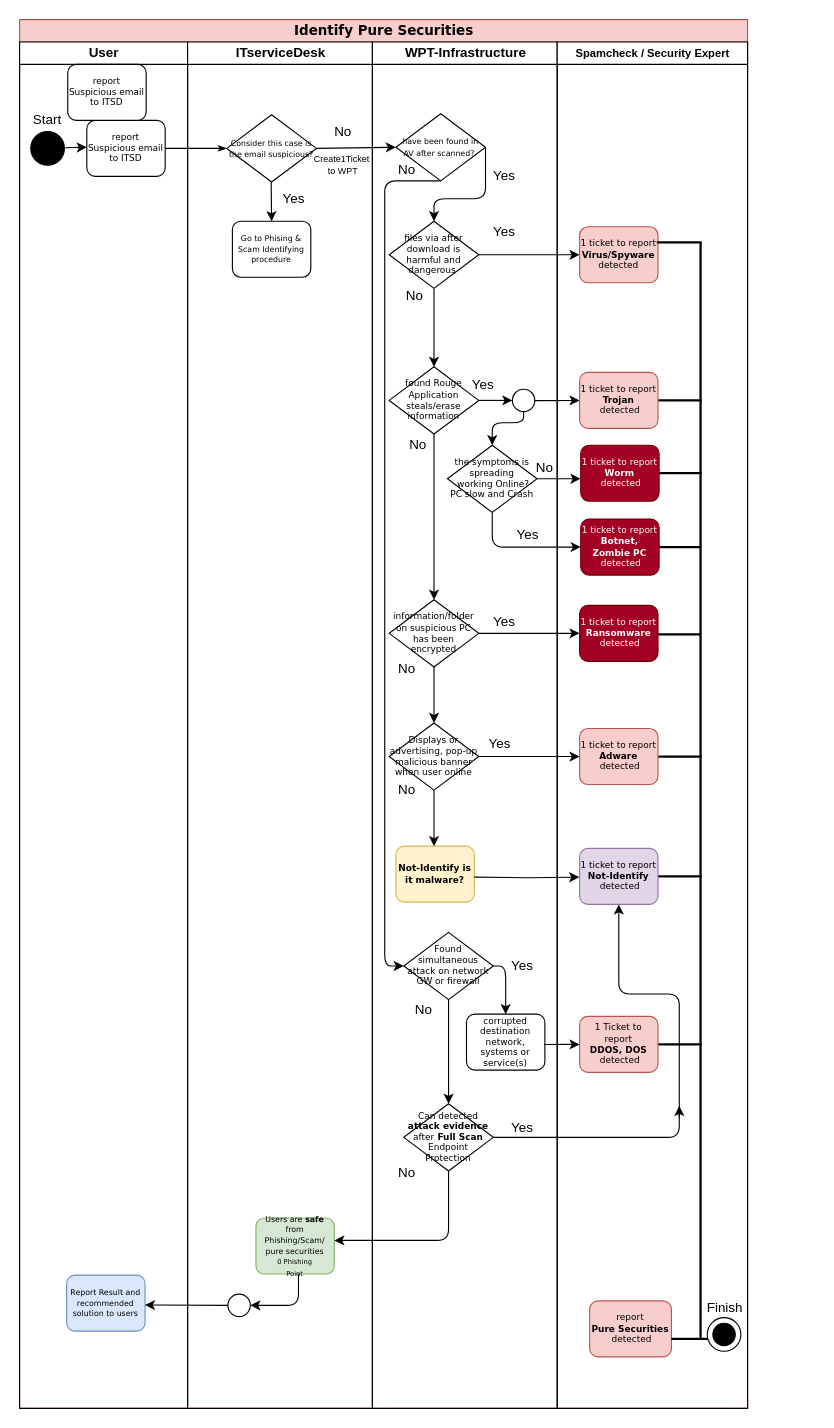
The draw.io diagram Untitled Diagram.drawio in psukasame/sukasamecloud, before the edit. Source tidied: cells renumbered, new cells numbered last; positions are measured from the earlier drawing's top-left corner, leaving out a move shared by most shapes. Both pictures are drawn from the tidied source at 112%, with x=0, y=0 at pixel (19, 19).
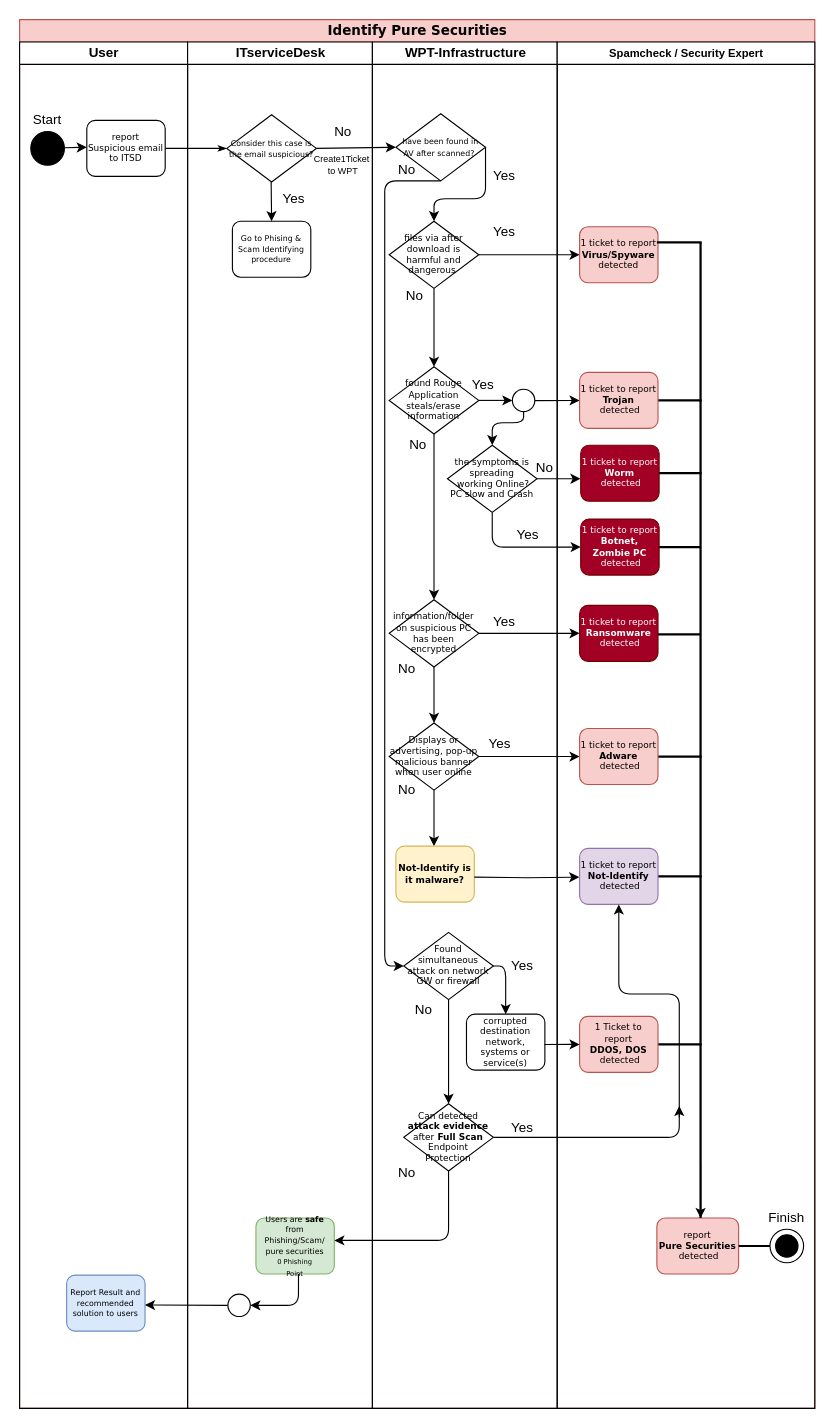
After the change.

Unchanged cells that the change refers to:
```xml
<mxCell id="9" value="&lt;span style=&quot;font-size: 7px&quot;&gt;Report Result and recommended solution to users&lt;/span&gt;" style="rounded=1;whiteSpace=wrap;html=1;shadow=0;labelBackgroundColor=none;strokeWidth=1;fontFamily=Verdana;fontSize=8;align=center;fillColor=#dae8fc;strokeColor=#6c8ebf;" parent="4" vertex="1">
  <mxGeometry x="42" y="1101" width="70" height="50" as="geometry" />
</mxCell>
<mxCell id="16" style="ellipse;whiteSpace=wrap;html=1;fillColor=#FFFFFF;" parent="10" vertex="1">
  <mxGeometry x="36" y="1118" width="20" height="20" as="geometry" />
</mxCell>
```

The edit, as a diff of the source:
```diff
@@
     <mxCell id="2" value="&lt;font style=&quot;font-size: 12px&quot;&gt;Identify Pure Securities&lt;/font&gt;" style="swimlane;html=1;startSize=20;rounded=0;shadow=0;labelBackgroundColor=none;strokeWidth=1;fontFamily=Verdana;fontSize=8;align=center;fillColor=#f8cecc;strokeColor=#b85450;" parent="1" vertex="1">
-      <mxGeometry width="650" height="1240" as="geometry" />
+      <mxGeometry width="710" height="1240" as="geometry" />
     </mxCell>
@@
+    <mxCell id="90" style="endArrow=classic;html=1;entryX=0.999;entryY=0.534;entryDx=0;entryDy=0;exitX=0;exitY=0.5;exitDx=0;exitDy=0;entryPerimeter=0;" parent="2" edge="1" source="16" target="9">
+      <mxGeometry relative="1" as="geometry" />
+    </mxCell>
     <mxCell id="66" value="&lt;font style=&quot;font-size: 10px&quot;&gt;Spamcheck / Security Expert&lt;/font&gt;" style="swimlane;html=1;startSize=20;" parent="2" vertex="1">
-      <mxGeometry x="480" y="20" width="170" height="1220" as="geometry" />
+      <mxGeometry x="480" y="20" width="230" height="1220" as="geometry" />
     </mxCell>
@@
     <mxCell id="82" value="Finish" style="text;html=1;strokeColor=none;fillColor=none;align=center;verticalAlign=middle;whiteSpace=wrap;rounded=0;" parent="66" vertex="1">
-      <mxGeometry x="130" y="1120" width="40" height="20" as="geometry" />
+      <mxGeometry x="185" y="1040" width="40" height="20" as="geometry" />
     </mxCell>
     <mxCell id="83" value="report&lt;br&gt;&lt;b&gt;Pure Securities&lt;br&gt;&lt;/b&gt;&amp;nbsp;detected" style="rounded=1;whiteSpace=wrap;html=1;shadow=0;labelBackgroundColor=none;strokeWidth=1;fontFamily=Verdana;fontSize=8;align=center;fillColor=#f8cecc;strokeColor=#b85450;" parent="66" vertex="1">
-      <mxGeometry x="29" y="1124" width="73" height="50" as="geometry" />
+      <mxGeometry x="89" y="1050" width="73" height="50" as="geometry" />
     </mxCell>
     <mxCell id="84" style="line;strokeWidth=2;direction=south;html=1;fillColor=#000000;" parent="66" vertex="1">
-      <mxGeometry x="123" y="179" width="10" height="980" as="geometry" />
+      <mxGeometry x="123" y="179" width="10" height="871" as="geometry" />
     </mxCell>
     <mxCell id="85" style="line;strokeWidth=2;html=1;fillColor=#000000;" parent="66" vertex="1">
-      <mxGeometry x="102" y="1153" width="38" height="10" as="geometry" />
+      <mxGeometry x="162" y="1070" width="38" height="10" as="geometry" />
     </mxCell>
     <mxCell id="86" style="group;" parent="66" vertex="1">
-      <mxGeometry x="134" y="1139" width="30" height="30" as="geometry" />
+      <mxGeometry x="190" y="1060" width="30" height="30" as="geometry" />
     </mxCell>
@@
-    <mxCell id="90" style="endArrow=classic;html=1;entryX=0.999;entryY=0.534;entryDx=0;entryDy=0;exitX=0;exitY=0.5;exitDx=0;exitDy=0;entryPerimeter=0;" parent="2" edge="1" source="16" target="9">
-      <mxGeometry relative="1" as="geometry" />
-    </mxCell>
+    <mxCell id="96" style="endArrow=classic;html=1;fontSize=8;" parent="66" edge="1">
+      <mxGeometry relative="1" as="geometry">
+        <mxPoint x="128" y="1000" as="sourcePoint" />
+        <mxPoint x="128" y="1050" as="targetPoint" />
+      </mxGeometry>
+    </mxCell>
@@
-    <mxCell id="95" value="report&lt;br&gt;Suspicious email&lt;br&gt;to ITSD" style="rounded=1;whiteSpace=wrap;html=1;shadow=0;labelBackgroundColor=none;strokeWidth=1;fontFamily=Verdana;fontSize=8;align=center;" parent="1" vertex="1">
-      <mxGeometry x="43" y="40" width="70" height="50" as="geometry" />
-    </mxCell>
```
